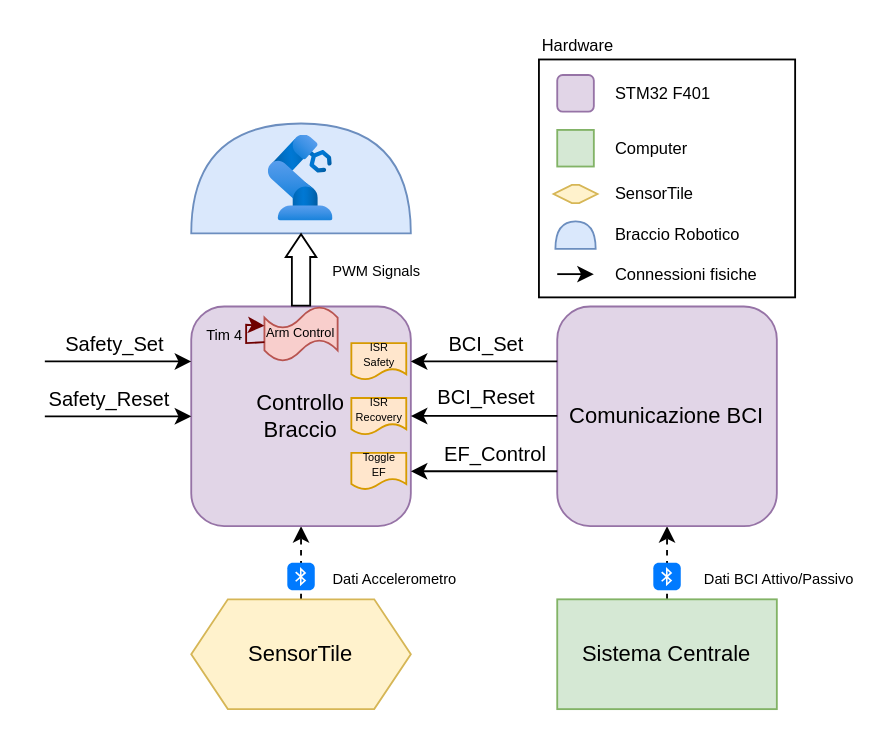
Agda78/Robotic_Arm_documentation keeps this draw.io diagram as Diagrammi/IMSI.drawio. Above is the earlier version. Source tidied: cells renumbered, new cells numbered last; positions are measured from the earlier drawing's top-left corner, leaving out a move shared by most shapes. Both pictures are drawn from the tidied source at 183%, with x=0, y=0 at pixel (44, 31).
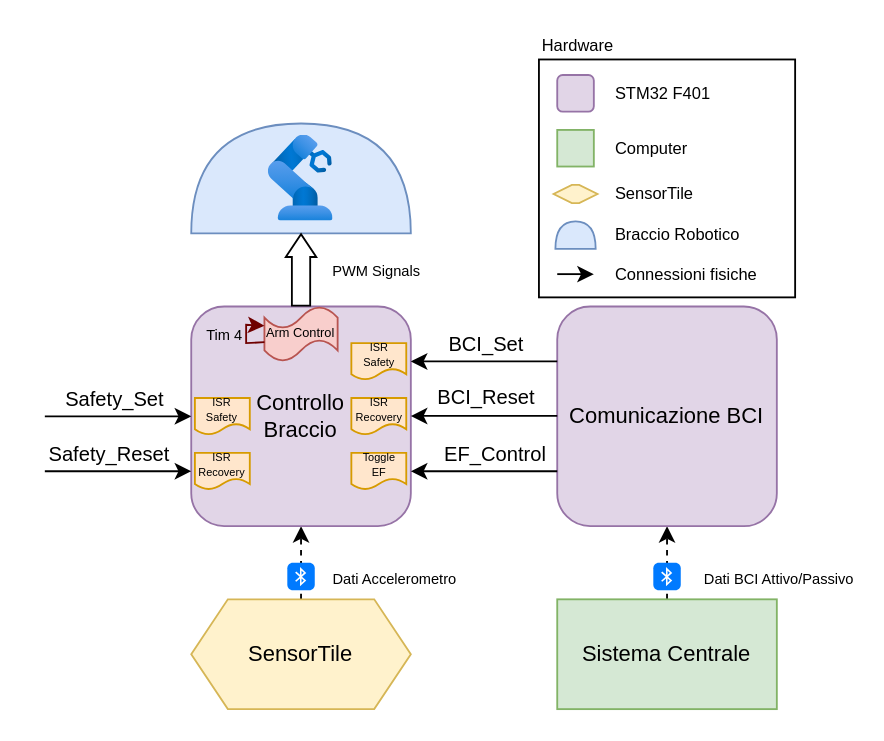
The same page after the edit.

Unchanged cells that the change refers to:
```xml
<mxCell id="7" value="Controllo&lt;br&gt;Braccio" style="rounded=1;whiteSpace=wrap;html=1;fillColor=#e1d5e7;strokeColor=#9673a6;fontSize=12;" parent="1" vertex="1">
  <mxGeometry x="80" y="150" width="120" height="120" as="geometry" />
</mxCell>
```

The edit, as a diff of the source:
```diff
@@
-    <mxCell id="38" style="endArrow=classic;html=1;rounded=0;entryX=0;entryY=0.25;entryDx=0;entryDy=0;" parent="1" edge="1" target="7">
+    <mxCell id="38" style="endArrow=classic;html=1;rounded=0;entryX=0;entryY=0.5;entryDx=0;entryDy=0;" parent="1" edge="1" target="7">
       <mxGeometry relative="1" as="geometry">
-        <mxPoint y="180" as="sourcePoint" />
+        <mxPoint y="210" as="sourcePoint" />
       </mxGeometry>
     </mxCell>
@@
-    <mxCell id="40" style="endArrow=classic;html=1;rounded=0;entryX=0;entryY=0.5;entryDx=0;entryDy=0;" parent="1" edge="1" target="7">
+    <mxCell id="40" style="endArrow=classic;html=1;rounded=0;entryX=0;entryY=0.75;entryDx=0;entryDy=0;" parent="1" edge="1" target="7">
       <mxGeometry relative="1" as="geometry">
-        <mxPoint y="210" as="sourcePoint" />
+        <mxPoint y="240" as="sourcePoint" />
       </mxGeometry>
     </mxCell>
@@
+    <mxCell id="44" value="ISR&lt;br&gt;Safety" style="shape=document;whiteSpace=wrap;html=1;boundedLbl=1;fillColor=#ffe6cc;strokeColor=#d79b00;fontSize=6;" parent="1" vertex="1">
+      <mxGeometry x="82" y="200" width="30" height="20" as="geometry" />
+    </mxCell>
+    <mxCell id="45" value="ISR&lt;br&gt;Recovery" style="shape=document;whiteSpace=wrap;html=1;boundedLbl=1;fillColor=#ffe6cc;strokeColor=#d79b00;fontSize=6;" parent="1" vertex="1">
+      <mxGeometry x="82" y="230" width="30" height="20" as="geometry" />
+    </mxCell>
```
